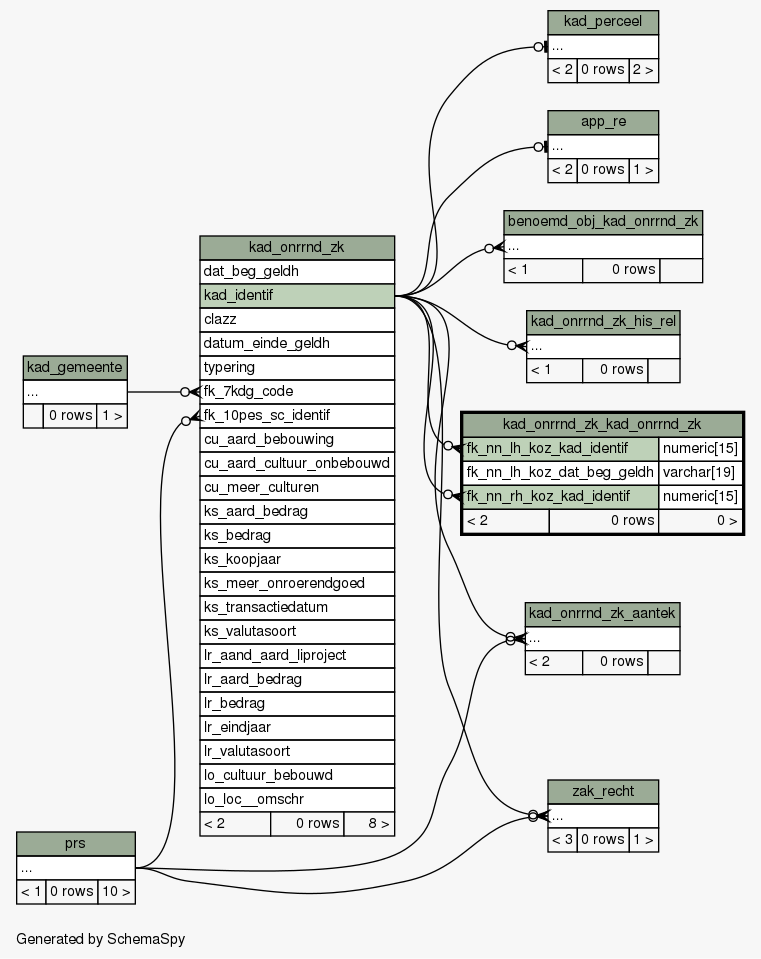
Before: datamodel/schemaspy/diagrams/kad_onrrnd_zk_kad_onrrnd_zk.2degrees.png, a diagram exported from Graphviz (B3Partners/brmo). Its source is kept beside it as datamodel/schemaspy/diagrams/kad_onrrnd_zk_kad_onrrnd_zk.2degrees.dot.
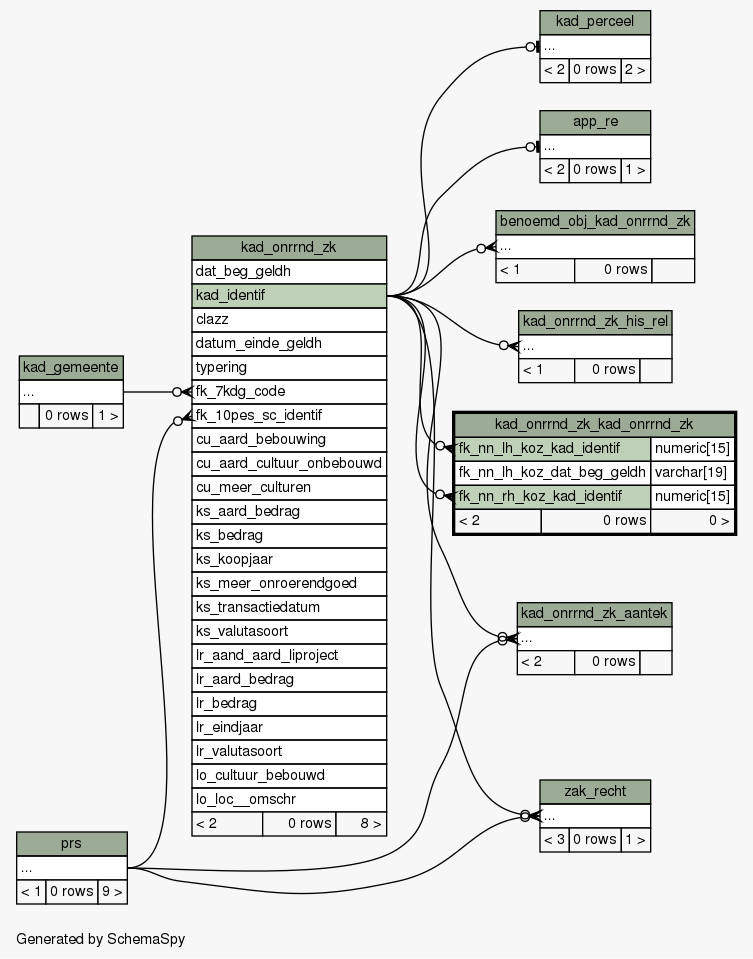
The same diagram one commit later.

Diff of the diagram source:
```diff
@@ -138,7 +138,7 @@
     <TABLE BORDER="0" CELLBORDER="1" CELLSPACING="0" BGCOLOR="#ffffff">
       <TR><TD COLSPAN="3" BGCOLOR="#9bab96" ALIGN="CENTER">prs</TD></TR>
       <TR><TD PORT="elipses" COLSPAN="3" ALIGN="LEFT">...</TD></TR>
-      <TR><TD ALIGN="LEFT" BGCOLOR="#f7f7f7">&lt; 1</TD><TD ALIGN="RIGHT" BGCOLOR="#f7f7f7">0 rows</TD><TD ALIGN="RIGHT" BGCOLOR="#f7f7f7">10 &gt;</TD></TR>
+      <TR><TD ALIGN="LEFT" BGCOLOR="#f7f7f7">&lt; 1</TD><TD ALIGN="RIGHT" BGCOLOR="#f7f7f7">0 rows</TD><TD ALIGN="RIGHT" BGCOLOR="#f7f7f7">9 &gt;</TD></TR>
     </TABLE>>
     URL="prs.html"
     tooltip="prs"
```
